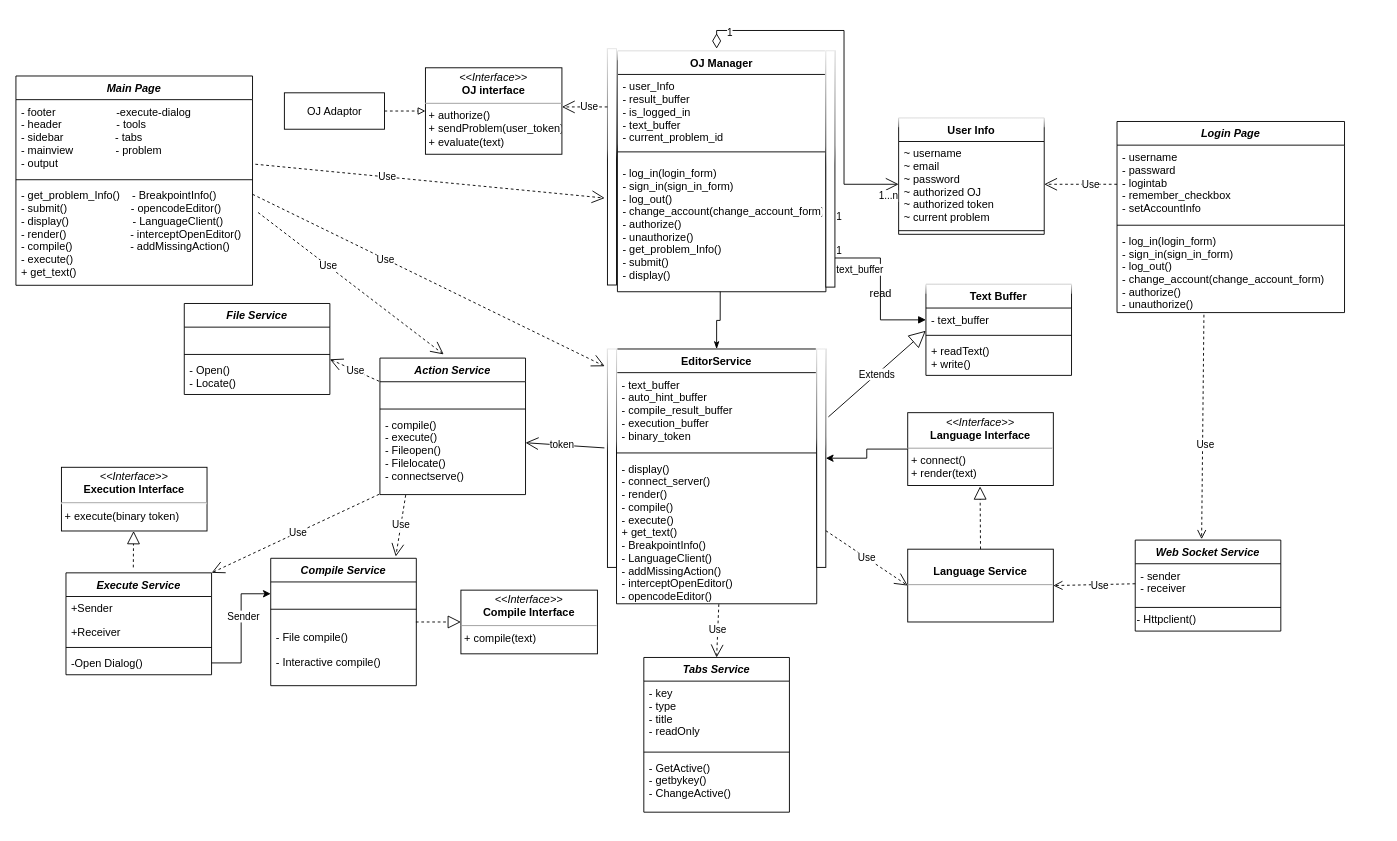
Before: OOD_classGraph.drawio in gulang2019/ClaviCode-UML, a draw.io diagram. Source tidied: cells renumbered, new cells numbered last; positions are measured from the earlier drawing's top-left corner, leaving out a move shared by most shapes. Both pictures are drawn from the tidied source at 91%, with x=0, y=0 at pixel (15, 30).
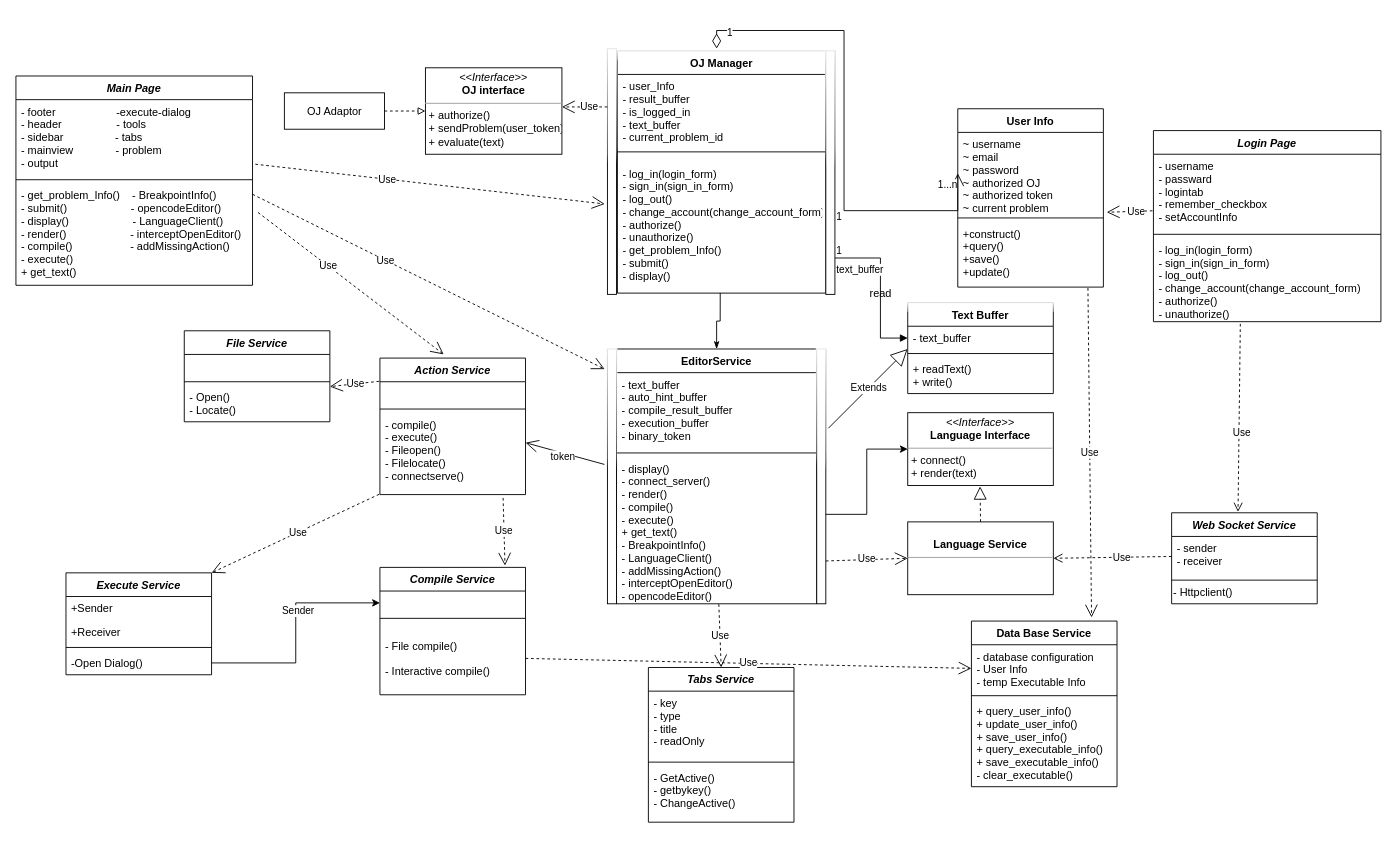
The same page after the edit.

Unchanged cells that the change refers to:
```xml
<mxCell id="9" style="group;" parent="1" vertex="1">
  <mxGeometry x="650" y="350" width="240" height="290" as="geometry" />
</mxCell>
<mxCell id="22" value="- File compile()&#10;&#10;- Interactive compile()" style="text;align=left;verticalAlign=middle;spacingLeft=4;spacingRight=4;overflow=hidden;points=[[0,0.5],[1,0.5]];portConstraint=eastwest;fontSize=12;" parent="19" vertex="1">
  <mxGeometry y="60" width="160" height="80" as="geometry" />
</mxCell>
<mxCell id="35" value="&lt;p style=&quot;margin: 0px ; margin-top: 4px ; text-align: center&quot;&gt;&lt;i&gt;&amp;lt;&amp;lt;Interface&amp;gt;&amp;gt;&lt;/i&gt;&lt;br&gt;&lt;b&gt;Language Interface&lt;/b&gt;&lt;/p&gt;&lt;hr size=&quot;1&quot;&gt;&lt;p style=&quot;margin: 0px 0px 0px 4px&quot;&gt;+ connect()&lt;/p&gt;&lt;p style=&quot;margin: 0px 0px 0px 4px&quot;&gt;+ render(text)&lt;/p&gt;" style="verticalAlign=top;align=left;overflow=fill;fontSize=12;fontFamily=Helvetica;html=1;" parent="1" vertex="1">
  <mxGeometry x="980" y="420" width="160" height="80" as="geometry" />
</mxCell>
<mxCell id="51" value="- text_buffer" style="text;strokeColor=none;fillColor=none;align=left;verticalAlign=top;spacingLeft=4;spacingRight=4;overflow=hidden;points=[[0,0.5],[1,0.5]];portConstraint=eastwest;glass=1;" parent="50" vertex="1">
  <mxGeometry y="26" width="160" height="26" as="geometry" />
</mxCell>
<mxCell id="61" value="- compile()&#10;- execute()&#10;- Fileopen()&#10;- Filelocate()&#10;- connectserve()" style="text;align=left;verticalAlign=top;spacingLeft=4;spacingRight=4;overflow=hidden;points=[[0,0.5],[1,0.5]];portConstraint=eastwest;fontSize=12;" parent="58" vertex="1">
  <mxGeometry y="60" width="160" height="90" as="geometry" />
</mxCell>
<mxCell id="81" value="- username&#10;- passward&#10;- logintab&#10;- remember_checkbox&#10;- setAccountInfo&#10;" style="text;align=left;verticalAlign=top;spacingLeft=4;spacingRight=4;overflow=hidden;points=[[0,0.5],[1,0.5]];portConstraint=eastwest;fontSize=12;" parent="80" vertex="1">
  <mxGeometry y="26" width="250" height="84" as="geometry" />
</mxCell>
```

What changed in the source:
```diff
@@
-    <mxCell id="5" value="User Info" style="swimlane;fontStyle=1;align=center;verticalAlign=top;horizontal=1;startSize=26;glass=1;" parent="1" vertex="1">
-      <mxGeometry x="970" y="96" width="160" height="128" as="geometry" />
-    </mxCell>
-    <mxCell id="6" value="~ username&#10;~ email&#10;~ password&#10;~ authorized OJ&#10;~ authorized token&#10;~ current problem" style="text;strokeColor=none;fillColor=none;align=left;verticalAlign=top;spacingLeft=4;spacingRight=4;overflow=hidden;points=[[0,0.5],[1,0.5]];portConstraint=eastwest;glass=1;" parent="5" vertex="1">
-      <mxGeometry y="26" width="160" height="94" as="geometry" />
-    </mxCell>
-    <mxCell id="7" style="line;strokeWidth=1;fillColor=none;align=left;verticalAlign=middle;spacingTop=-1;spacingLeft=3;spacingRight=3;labelPosition=right;glass=1;" parent="5" vertex="1">
-      <mxGeometry y="120" width="160" height="8" as="geometry" />
-    </mxCell>
@@
     <mxCell id="14" style="html=1;points=[];perimeter=orthogonalPerimeter;glass=1;verticalAlign=middle;" parent="9" vertex="1">
-      <mxGeometry width="10" height="240" as="geometry" />
+      <mxGeometry width="10" height="280" as="geometry" />
     </mxCell>
     <mxCell id="15" style="html=1;points=[];perimeter=orthogonalPerimeter;glass=1;verticalAlign=middle;" parent="9" vertex="1">
-      <mxGeometry x="230" width="10" height="240" as="geometry" />
+      <mxGeometry x="230" width="10" height="280" as="geometry" />
     </mxCell>
     <mxCell id="16" style="endArrow=open;html=1;endSize=12;startArrow=diamondThin;startSize=14;startFill=0;edgeStyle=orthogonalEdgeStyle;rounded=0;entryX=0;entryY=0.5;entryDx=0;entryDy=0;" parent="1" edge="1" target="6">
       <mxGeometry relative="1" as="geometry">
         <mxPoint x="770" y="20" as="sourcePoint" />
         <Array as="points">
           <mxPoint x="770" />
           <mxPoint x="910" />
-          <mxPoint x="910" y="169" />
+          <mxPoint x="910" y="198" />
         </Array>
       </mxGeometry>
     </mxCell>
@@
     <mxCell id="19" value="Compile Service" style="swimlane;fontStyle=3;align=center;verticalAlign=top;horizontal=1;startSize=26;rounded=0;shadow=0;strokeWidth=1;fontSize=12;" parent="1" vertex="1">
-      <mxGeometry x="280" y="580" width="160" height="140" as="geometry" />
+      <mxGeometry x="400" y="590" width="160" height="140" as="geometry" />
     </mxCell>
@@
-    <mxCell id="28" style="endArrow=block;dashed=1;endFill=0;endSize=12;html=1;fontSize=12;" parent="1" edge="1">
-      <mxGeometry relative="1" as="geometry">
-        <mxPoint x="129" y="590" as="sourcePoint" />
-        <mxPoint x="129.3" y="550" as="targetPoint" />
-      </mxGeometry>
-    </mxCell>
-    <mxCell id="29" value="&lt;p style=&quot;margin: 4px 0px 0px ; text-align: center ; font-size: 12px&quot;&gt;&lt;i style=&quot;font-size: 12px&quot;&gt;&amp;lt;&amp;lt;Interface&amp;gt;&amp;gt;&lt;/i&gt;&lt;br style=&quot;font-size: 12px&quot;&gt;&lt;b style=&quot;font-size: 12px&quot;&gt;Execution Interface&lt;/b&gt;&lt;/p&gt;&lt;hr style=&quot;font-size: 12px&quot;&gt;&lt;p style=&quot;margin: 0px 0px 0px 4px ; font-size: 12px&quot;&gt;+ execute(binary token)&lt;br&gt;&lt;/p&gt;" style="verticalAlign=top;align=left;overflow=fill;fontSize=12;fontFamily=Helvetica;html=1;" parent="1" vertex="1">
-      <mxGeometry x="50" y="480" width="160" height="70" as="geometry" />
-    </mxCell>
     <mxCell id="30" value="Web Socket Service" style="swimlane;fontStyle=3;align=center;verticalAlign=top;horizontal=1;startSize=26;rounded=0;shadow=0;strokeWidth=1;fontSize=12;" parent="1" vertex="1">
-      <mxGeometry x="1230" y="560" width="160" height="100" as="geometry" />
+      <mxGeometry x="1270" y="530" width="160" height="100" as="geometry" />
     </mxCell>
@@
-    <mxCell id="34" style="edgeStyle=orthogonalEdgeStyle;rounded=0;jettySize=auto;html=1;" parent="1" edge="1" source="35" target="15">
-      <mxGeometry relative="1" as="geometry" />
-    </mxCell>
@@
     <mxCell id="36" value="&lt;p style=&quot;margin: 0px ; margin-top: 4px ; text-align: center&quot;&gt;&lt;br&gt;&lt;b&gt;Language Service&lt;/b&gt;&lt;/p&gt;&lt;hr size=&quot;1&quot;&gt;&lt;p style=&quot;margin: 0px ; margin-left: 4px&quot;&gt;&lt;br&gt;&lt;/p&gt;&lt;p style=&quot;margin: 0px ; margin-left: 4px&quot;&gt;&lt;br&gt;&lt;/p&gt;" style="verticalAlign=top;align=left;overflow=fill;fontSize=12;fontFamily=Helvetica;html=1;" parent="1" vertex="1">
-      <mxGeometry x="980" y="570" width="160" height="80" as="geometry" />
+      <mxGeometry x="980" y="540" width="160" height="80" as="geometry" />
     </mxCell>
@@
     <mxCell id="40" value="Tabs Service" style="swimlane;fontStyle=3;align=center;verticalAlign=top;horizontal=1;startSize=26;rounded=0;shadow=0;strokeWidth=1;fontSize=12;" parent="1" vertex="1">
-      <mxGeometry x="690" y="689" width="160" height="170" as="geometry" />
+      <mxGeometry x="695" y="700" width="160" height="170" as="geometry" />
     </mxCell>
@@
     <mxCell id="44" value="File Service" style="swimlane;fontStyle=3;align=center;verticalAlign=top;horizontal=1;startSize=26;rounded=0;shadow=0;strokeWidth=1;fontSize=12;" parent="1" vertex="1">
-      <mxGeometry x="185" y="300" width="160" height="100" as="geometry" />
+      <mxGeometry x="185" y="330" width="160" height="100" as="geometry" />
     </mxCell>
@@
-    <mxCell id="48" value="&lt;p style=&quot;margin: 0px ; margin-top: 4px ; text-align: center&quot;&gt;&lt;i&gt;&amp;lt;&amp;lt;Interface&amp;gt;&amp;gt;&lt;/i&gt;&lt;br&gt;&lt;b&gt;Compile Interface&lt;/b&gt;&lt;/p&gt;&lt;hr size=&quot;1&quot;&gt;&lt;p style=&quot;margin: 0px ; margin-left: 4px&quot;&gt;+ compile(text)&lt;/p&gt;&lt;p style=&quot;margin: 0px ; margin-left: 4px&quot;&gt;&lt;br&gt;&lt;/p&gt;" style="verticalAlign=top;align=left;overflow=fill;fontSize=12;fontFamily=Helvetica;html=1;" parent="1" vertex="1">
-      <mxGeometry x="489" y="615" width="150" height="70" as="geometry" />
-    </mxCell>
@@
     <mxCell id="50" value="Text Buffer" style="swimlane;fontStyle=1;align=center;verticalAlign=top;horizontal=1;startSize=26;glass=1;" parent="1" vertex="1">
-      <mxGeometry x="1000" y="279" width="160" height="100" as="geometry" />
+      <mxGeometry x="980" y="299" width="160" height="100" as="geometry" />
     </mxCell>
@@
     <mxCell id="55" value="text_buffer" style="endArrow=block;endFill=1;html=1;edgeStyle=orthogonalEdgeStyle;align=left;verticalAlign=top;rounded=0;entryX=0;entryY=0.5;entryDx=0;entryDy=0;" parent="1" edge="1" target="51">
       <mxGeometry x="-1" relative="1" as="geometry">
         <mxPoint x="900" y="250" as="sourcePoint" />
         <Array as="points">
           <mxPoint x="950" y="250" />
-          <mxPoint x="950" y="318" />
+          <mxPoint x="950" y="338" />
         </Array>
       </mxGeometry>
     </mxCell>
@@
-    <mxCell id="65" style="endArrow=block;dashed=1;endFill=0;endSize=12;html=1;fontSize=12;" parent="1" edge="1">
-      <mxGeometry relative="1" as="geometry">
-        <mxPoint x="439.5" y="650" as="sourcePoint" />
-        <mxPoint x="489" y="650" as="targetPoint" />
-      </mxGeometry>
-    </mxCell>
-    <mxCell id="66" value="Use" style="endArrow=open;endSize=12;dashed=1;html=1;exitX=0.177;exitY=1.006;exitDx=0;exitDy=0;exitPerimeter=0;entryX=0.859;entryY=-0.014;entryDx=0;entryDy=0;entryPerimeter=0;" parent="1" edge="1" source="61" target="19">
+    <mxCell id="66" value="Use" style="endArrow=open;endSize=12;dashed=1;html=1;exitX=0.846;exitY=1.041;exitDx=0;exitDy=0;exitPerimeter=0;entryX=0.859;entryY=-0.014;entryDx=0;entryDy=0;entryPerimeter=0;" parent="1" edge="1" source="61" target="19">
       <mxGeometry x="-0.03" relative="1" as="geometry" />
     </mxCell>
@@
     <mxCell id="71" style="group;" parent="1" vertex="1">
-      <mxGeometry x="650" y="20" width="250" height="262" as="geometry" />
+      <mxGeometry x="650" y="20" width="250" height="270" as="geometry" />
     </mxCell>
     <mxCell id="72" value="OJ Manager" style="swimlane;fontStyle=1;align=center;verticalAlign=top;horizontal=1;startSize=26;glass=1;" parent="71" vertex="1">
-      <mxGeometry x="11" y="2.3" width="229.1" height="264.8" as="geometry" />
+      <mxGeometry x="11" y="2.3" width="229.1" height="266.3" as="geometry" />
     </mxCell>
@@
     <mxCell id="75" value="- log_in(login_form)&#10;- sign_in(sign_in_form)&#10;- log_out() &#10;- change_account(change_account_form)&#10;- authorize()&#10;- unauthorize()&#10;- get_problem_Info()&#10;- submit()&#10;- display()" style="text;strokeColor=none;fillColor=none;align=left;verticalAlign=middle;spacingLeft=4;spacingRight=4;overflow=hidden;points=[[0,0.5],[1,0.5]];portConstraint=eastwest;" parent="72" vertex="1">
-      <mxGeometry y="115.7" width="229.1" height="149.1" as="geometry" />
+      <mxGeometry y="115.7" width="229.1" height="150.6" as="geometry" />
     </mxCell>
     <mxCell id="76" style="html=1;points=[];perimeter=orthogonalPerimeter;glass=1;verticalAlign=middle;" parent="71" vertex="1">
-      <mxGeometry width="10" height="259.7" as="geometry" />
+      <mxGeometry width="10" height="270" as="geometry" />
     </mxCell>
     <mxCell id="77" style="html=1;perimeter=orthogonalPerimeter;glass=1;verticalAlign=middle;" parent="71" vertex="1">
-      <mxGeometry x="240" y="2.3" width="10" height="259.7" as="geometry" />
+      <mxGeometry x="240" y="2.3" width="10" height="267.7" as="geometry" />
     </mxCell>
@@
     <mxCell id="80" value="Login Page" style="swimlane;fontStyle=3;align=center;verticalAlign=top;horizontal=1;startSize=26;rounded=0;shadow=0;strokeWidth=1;fontSize=12;" parent="1" vertex="1">
-      <mxGeometry x="1210" y="100" width="250" height="210" as="geometry" />
+      <mxGeometry x="1250" y="110" width="250" height="210" as="geometry" />
     </mxCell>
@@
-    <mxCell id="84" style="endArrow=open;endSize=12;dashed=1;html=1;entryX=1;entryY=0.5;entryDx=0;entryDy=0;" parent="1" edge="1" target="6">
-      <mxGeometry relative="1" as="geometry">
-        <mxPoint x="1210" y="169" as="sourcePoint" />
-      </mxGeometry>
+    <mxCell id="84" style="endArrow=open;endSize=12;dashed=1;html=1;entryX=1.023;entryY=0.975;entryDx=0;entryDy=0;exitX=-0.004;exitY=0.74;exitDx=0;exitDy=0;exitPerimeter=0;entryPerimeter=0;" parent="1" edge="1" source="81" target="6">
+      <mxGeometry relative="1" as="geometry" />
     </mxCell>
@@
+    <mxCell id="34" style="edgeStyle=orthogonalEdgeStyle;rounded=0;jettySize=auto;html=1;exitX=1;exitY=0.649;exitDx=0;exitDy=0;exitPerimeter=0;" parent="1" edge="1" source="15" target="35">
+      <mxGeometry relative="1" as="geometry" />
+    </mxCell>
+    <mxCell id="5" value="User Info" style="swimlane;fontStyle=1;align=center;verticalAlign=top;horizontal=1;startSize=26;" parent="1" vertex="1">
+      <mxGeometry x="1035" y="86" width="160" height="196" as="geometry" />
+    </mxCell>
+    <mxCell id="6" value="~ username&#10;~ email&#10;~ password&#10;~ authorized OJ&#10;~ authorized token&#10;~ current problem" style="text;strokeColor=none;fillColor=none;align=left;verticalAlign=top;spacingLeft=4;spacingRight=4;overflow=hidden;points=[[0,0.5],[1,0.5]];portConstraint=eastwest;" parent="5" vertex="1">
+      <mxGeometry y="26" width="160" height="90" as="geometry" />
+    </mxCell>
+    <mxCell id="98" style="line;strokeWidth=1;fillColor=none;align=left;verticalAlign=middle;spacingTop=-1;spacingLeft=3;spacingRight=3;labelPosition=right;" parent="5" vertex="1">
+      <mxGeometry y="116" width="160" height="8" as="geometry" />
+    </mxCell>
+    <mxCell id="99" value="+construct()&#10;+query()&#10;+save()&#10;+update()" style="text;strokeColor=none;fillColor=none;align=left;verticalAlign=top;spacingLeft=4;spacingRight=4;overflow=hidden;points=[[0,0.5],[1,0.5]];portConstraint=eastwest;" parent="5" vertex="1">
+      <mxGeometry y="124" width="160" height="72" as="geometry" />
+    </mxCell>
+    <mxCell id="100" value="Data Base Service" style="swimlane;fontStyle=1;align=center;verticalAlign=top;horizontal=1;startSize=26;" parent="1" vertex="1">
+      <mxGeometry x="1050" y="649" width="160" height="182" as="geometry" />
+    </mxCell>
+    <mxCell id="101" value="- database configuration&#10;- User Info&#10;- temp Executable Info&#10;" style="text;strokeColor=none;fillColor=none;align=left;verticalAlign=top;spacingLeft=4;spacingRight=4;overflow=hidden;points=[[0,0.5],[1,0.5]];portConstraint=eastwest;" parent="100" vertex="1">
+      <mxGeometry y="26" width="160" height="52" as="geometry" />
+    </mxCell>
+    <mxCell id="102" style="line;strokeWidth=1;fillColor=none;align=left;verticalAlign=middle;spacingTop=-1;spacingLeft=3;spacingRight=3;labelPosition=right;" parent="100" vertex="1">
+      <mxGeometry y="78" width="160" height="8" as="geometry" />
+    </mxCell>
+    <mxCell id="103" value="+ query_user_info()&#10;+ update_user_info()&#10;+ save_user_info()&#10;+ query_executable_info()&#10;+ save_executable_info()&#10;- clear_executable()" style="text;strokeColor=none;fillColor=none;align=left;verticalAlign=top;spacingLeft=4;spacingRight=4;overflow=hidden;" parent="100" vertex="1">
+      <mxGeometry y="86" width="160" height="96" as="geometry" />
+    </mxCell>
+    <mxCell id="104" value="Use" style="endArrow=open;endSize=12;dashed=1;html=1;rounded=0;exitX=1;exitY=0.5;exitDx=0;exitDy=0;entryX=0;entryY=0.5;entryDx=0;entryDy=0;" parent="1" edge="1" source="22" target="101">
+      <mxGeometry relative="1" as="geometry" />
+    </mxCell>
+    <mxCell id="105" value="Use" style="endArrow=open;endSize=12;dashed=1;html=1;rounded=0;entryX=0.825;entryY=-0.022;entryDx=0;entryDy=0;exitX=0.894;exitY=1.014;exitDx=0;exitDy=0;exitPerimeter=0;entryPerimeter=0;" parent="1" edge="1" source="99" target="100">
+      <mxGeometry relative="1" as="geometry" />
+    </mxCell>
```
